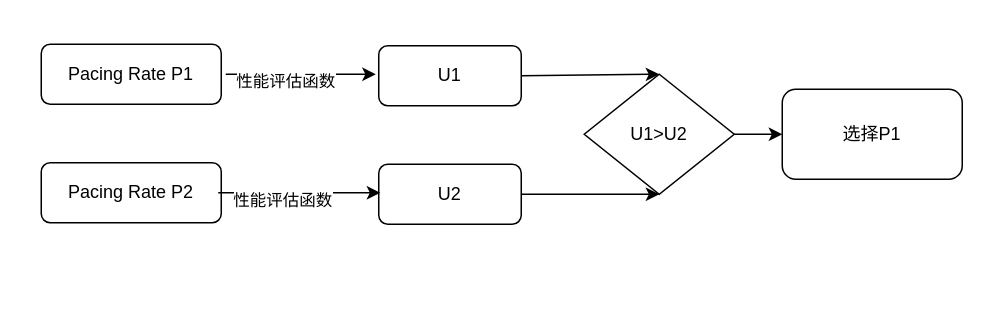
The draw.io diagram Untitled Diagram.drawio in ycopy/c11, before the edit. Source tidied: cells renumbered, new cells numbered last; positions are measured from the earlier drawing's top-left corner, leaving out a move shared by most shapes. Both pictures are drawn from the tidied source at 150%, with x=0, y=0 at pixel (40, 44).
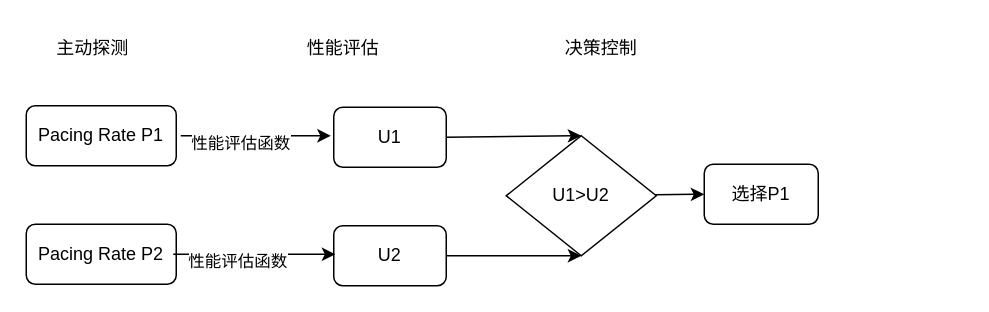
Above is the later version.

Change to the diagram source:
```diff
@@
-    <mxCell id="2" value="&lt;span style=&quot;font-weight: normal;&quot;&gt;Pacing Rate P1&lt;/span&gt;" style="rounded=1;whiteSpace=wrap;html=1;fontSize=12;glass=0;strokeWidth=1;shadow=0;fontStyle=1;" parent="1" vertex="1">
-      <mxGeometry width="120" height="40" as="geometry" />
-    </mxCell>
-    <mxCell id="3" value="Pacing Rate P2" style="rounded=1;whiteSpace=wrap;html=1;fontSize=12;glass=0;strokeWidth=1;shadow=0;" parent="1" vertex="1">
-      <mxGeometry y="79" width="120" height="40" as="geometry" />
-    </mxCell>
-    <mxCell id="4" value="U1" style="rounded=1;whiteSpace=wrap;html=1;fontSize=12;glass=0;strokeWidth=1;shadow=0;" parent="1" vertex="1">
-      <mxGeometry x="225" y="1" width="95" height="40" as="geometry" />
+    <mxCell id="4" value="U1" style="rounded=1;whiteSpace=wrap;html=1;fontSize=12;glass=0;strokeWidth=1;shadow=0;fillColor=none;" parent="1" vertex="1">
+      <mxGeometry x="195" y="42" width="75" height="40" as="geometry" />
     </mxCell>
-    <mxCell id="5" value="U2" style="rounded=1;whiteSpace=wrap;html=1;fontSize=12;glass=0;strokeWidth=1;shadow=0;" parent="1" vertex="1">
-      <mxGeometry x="225" y="80" width="95" height="40" as="geometry" />
+    <mxCell id="5" value="U2" style="rounded=1;whiteSpace=wrap;html=1;fontSize=12;glass=0;strokeWidth=1;shadow=0;fillColor=none;" parent="1" vertex="1">
+      <mxGeometry x="195" y="121" width="75" height="40" as="geometry" />
     </mxCell>
-    <mxCell id="6" style="endArrow=classic;html=1;rounded=0;exitX=1;exitY=0.5;exitDx=0;exitDy=0;" parent="1" edge="1">
+    <mxCell id="6" style="endArrow=classic;html=1;rounded=0;exitX=1;exitY=0.5;exitDx=0;exitDy=0;fillColor=#FF6666;" parent="1" edge="1">
       <mxGeometry relative="1" as="geometry">
-        <mxPoint x="123" y="20" as="sourcePoint" />
-        <mxPoint x="223" y="20" as="targetPoint" />
+        <mxPoint x="93" y="61" as="sourcePoint" />
+        <mxPoint x="193" y="61" as="targetPoint" />
       </mxGeometry>
     </mxCell>
-    <mxCell id="7" value="性能评估函数" style="edgeLabel;html=1;align=center;verticalAlign=middle;" parent="6" vertex="1">
+    <mxCell id="7" value="性能评估函数" style="edgeLabel;html=1;align=center;verticalAlign=middle;fillColor=#FF6666;" parent="6" vertex="1">
       <mxGeometry x="-0.23" y="-4" relative="1" as="geometry" />
     </mxCell>
-    <mxCell id="8" style="endArrow=classic;html=1;rounded=0;exitX=1;exitY=0.5;exitDx=0;exitDy=0;" parent="1" edge="1">
+    <mxCell id="8" style="endArrow=classic;html=1;rounded=0;exitX=1;exitY=0.5;exitDx=0;exitDy=0;fillColor=#FF6666;" parent="1" edge="1">
       <mxGeometry relative="1" as="geometry">
-        <mxPoint x="118" y="99" as="sourcePoint" />
-        <mxPoint x="226" y="99" as="targetPoint" />
+        <mxPoint x="88" y="140" as="sourcePoint" />
+        <mxPoint x="196" y="140" as="targetPoint" />
       </mxGeometry>
     </mxCell>
-    <mxCell id="9" value="性能评估函数" style="edgeLabel;html=1;align=center;verticalAlign=middle;" parent="8" vertex="1">
+    <mxCell id="9" value="性能评估函数" style="edgeLabel;html=1;align=center;verticalAlign=middle;fillColor=#FF6666;" parent="8" vertex="1">
       <mxGeometry x="-0.23" y="-4" relative="1" as="geometry" />
     </mxCell>
-    <mxCell id="10" value="U1&amp;gt;U2" style="rhombus;whiteSpace=wrap;html=1;" parent="1" vertex="1">
-      <mxGeometry x="362" y="20" width="100" height="80" as="geometry" />
+    <mxCell id="10" value="U1&amp;gt;U2" style="rhombus;whiteSpace=wrap;html=1;fillColor=none;" parent="1" vertex="1">
+      <mxGeometry x="310" y="61" width="100" height="80" as="geometry" />
     </mxCell>
-    <mxCell id="11" value="选择P1" style="rounded=1;whiteSpace=wrap;html=1;" parent="1" vertex="1">
-      <mxGeometry x="494" y="30" width="120" height="60" as="geometry" />
+    <mxCell id="11" value="选择P1" style="rounded=1;whiteSpace=wrap;html=1;fillColor=none;" parent="1" vertex="1">
+      <mxGeometry x="442" y="80" width="76" height="40" as="geometry" />
     </mxCell>
@@
+    <mxCell id="15" style="group;fillColor=none;" parent="1" vertex="1">
+      <mxGeometry x="-10" y="41" width="100" height="119" as="geometry" />
+    </mxCell>
+    <mxCell id="2" value="&lt;span style=&quot;font-weight: normal;&quot;&gt;Pacing Rate P1&lt;/span&gt;" style="rounded=1;whiteSpace=wrap;html=1;fontSize=12;glass=0;strokeWidth=1;shadow=0;fontStyle=1;fillColor=none;" parent="15" vertex="1">
+      <mxGeometry width="100" height="40" as="geometry" />
+    </mxCell>
+    <mxCell id="3" value="Pacing Rate P2" style="rounded=1;whiteSpace=wrap;html=1;fontSize=12;glass=0;strokeWidth=1;shadow=0;fillColor=none;" parent="15" vertex="1">
+      <mxGeometry y="79" width="100" height="40" as="geometry" />
+    </mxCell>
+    <mxCell id="16" value="主动探测" style="text;html=1;align=center;verticalAlign=middle;strokeColor=none;fillColor=none;" parent="1" vertex="1">
+      <mxGeometry x="-1" y="-12" width="70" height="30" as="geometry" />
+    </mxCell>
+    <mxCell id="17" value="性能评估" style="text;html=1;align=center;verticalAlign=middle;strokeColor=none;fillColor=none;" parent="1" vertex="1">
+      <mxGeometry x="166" y="-12" width="70" height="30" as="geometry" />
+    </mxCell>
+    <mxCell id="18" value="决策控制" style="text;html=1;align=center;verticalAlign=middle;strokeColor=none;fillColor=none;" parent="1" vertex="1">
+      <mxGeometry x="338" y="-12" width="70" height="30" as="geometry" />
+    </mxCell>
```
